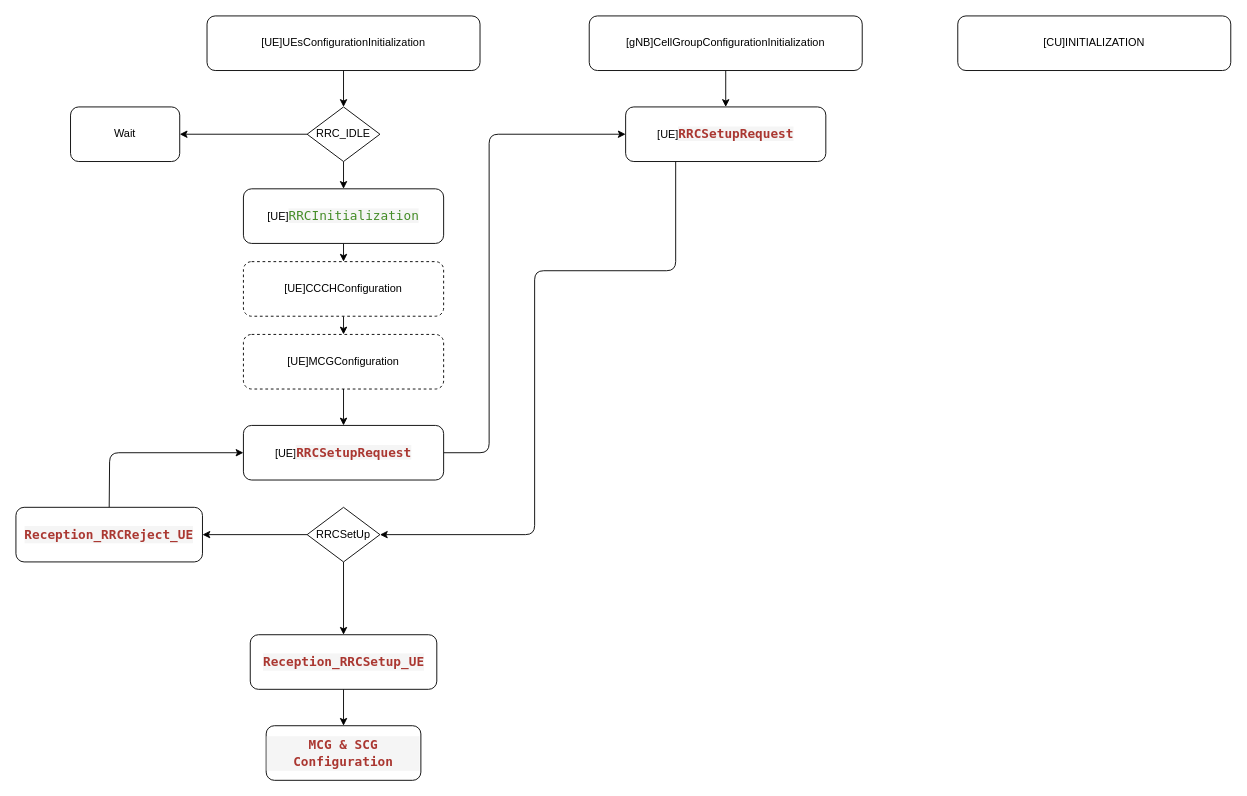
The draw.io diagram Images/Multiple_gNB_FlowChart.drawio in TsaiChuWang/Cloud-RAN-Simulation-Electronic-Fence-Based-on-NFV, before the edit. Source tidied: cells renumbered, new cells numbered last; positions are measured from the earlier drawing's top-left corner, leaving out a move shared by most shapes. Both pictures are drawn from the tidied source at 91%, with x=0, y=0 at pixel (15, 15).
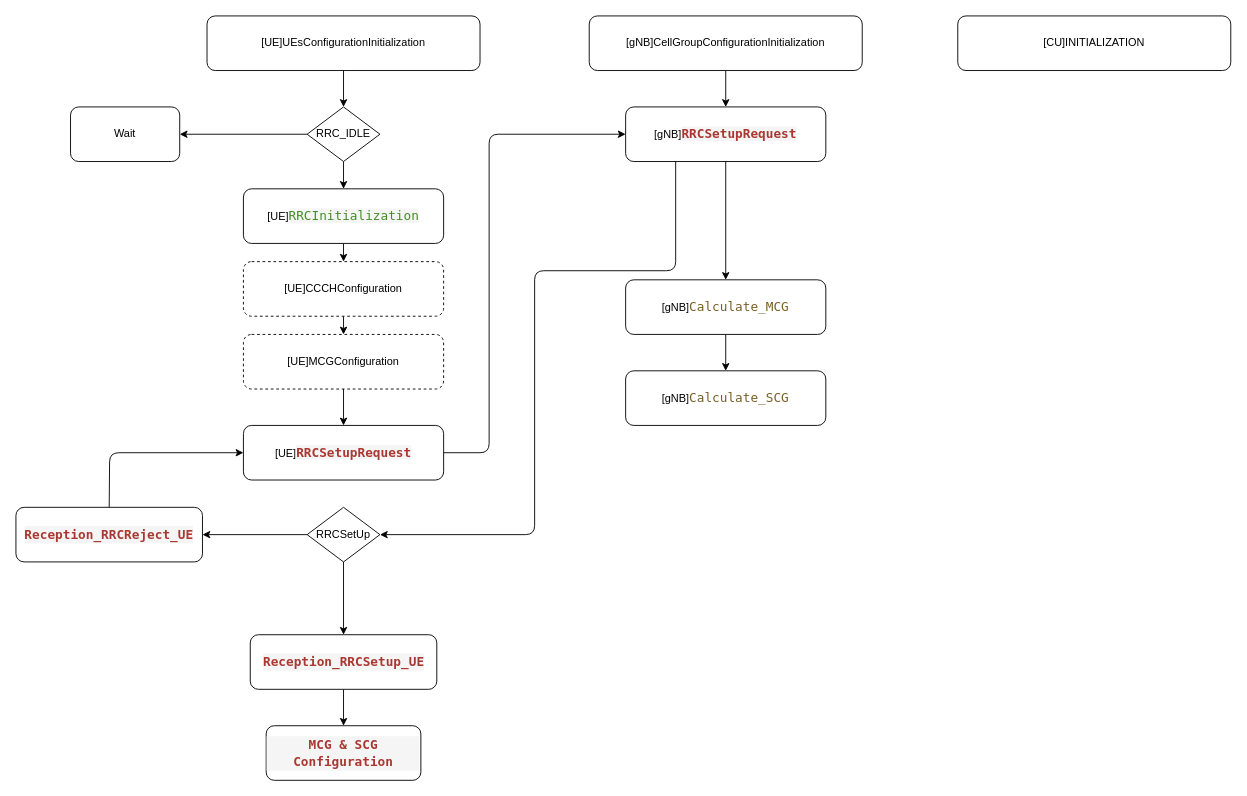
The same diagram, later.

Diff of the diagram source:
```diff
@@
+    <mxCell id="29" style="edgeStyle=none;html=1;" parent="1" edge="1" source="23" target="31">
+      <mxGeometry relative="1" as="geometry" />
+    </mxCell>
-    <mxCell id="23" value="[UE]&lt;span style=&quot;color: rgb(170 , 55 , 49) ; font-weight: bold ; background-color: rgb(245 , 245 , 245) ; font-family: &amp;#34;droid sans mono&amp;#34; , &amp;#34;monospace&amp;#34; , monospace ; font-size: 14px&quot;&gt;RRCSetupRequest&lt;/span&gt;" style="rounded=1;whiteSpace=wrap;html=1;" parent="1" vertex="1">
+    <mxCell id="23" value="[gNB]&lt;span style=&quot;color: rgb(170 , 55 , 49) ; font-weight: bold ; background-color: rgb(245 , 245 , 245) ; font-family: &amp;#34;droid sans mono&amp;#34; , &amp;#34;monospace&amp;#34; , monospace ; font-size: 14px&quot;&gt;RRCSetupRequest&lt;/span&gt;" style="rounded=1;whiteSpace=wrap;html=1;" parent="1" vertex="1">
       <mxGeometry x="670" y="100" width="220" height="60" as="geometry" />
     </mxCell>
@@
+    <mxCell id="30" style="edgeStyle=none;html=1;" parent="1" edge="1" source="31" target="32">
+      <mxGeometry relative="1" as="geometry" />
+    </mxCell>
+    <mxCell id="31" value="[gNB]&lt;span style=&quot;color: rgb(121 , 94 , 38) ; font-family: &amp;#34;droid sans mono&amp;#34; , &amp;#34;monospace&amp;#34; , monospace ; font-size: 14px ; text-align: left ; background-color: rgb(255 , 255 , 255)&quot;&gt;Calculate_MCG&lt;/span&gt;" style="rounded=1;whiteSpace=wrap;html=1;" parent="1" vertex="1">
+      <mxGeometry x="670" y="290" width="220" height="60" as="geometry" />
+    </mxCell>
+    <mxCell id="32" value="[gNB]&lt;span style=&quot;color: rgb(121 , 94 , 38) ; font-family: &amp;#34;droid sans mono&amp;#34; , &amp;#34;monospace&amp;#34; , monospace ; font-size: 14px ; text-align: left ; background-color: rgb(255 , 255 , 255)&quot;&gt;Calculate_SCG&lt;/span&gt;" style="rounded=1;whiteSpace=wrap;html=1;" parent="1" vertex="1">
+      <mxGeometry x="670" y="390" width="220" height="60" as="geometry" />
+    </mxCell>
```
